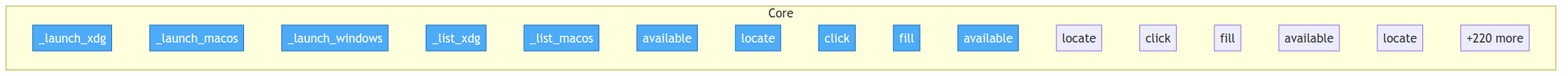
Earlier version of the Mermaid export project/flow.png (if-uri/urirun-connector-kvm). Its source is kept beside it as project/flow.mmd. The source it was exported from:
```mermaid
flowchart TD

    classDef entry fill:#4dabf7,stroke:#1971c2,color:#fff

    subgraph Core
        urirun_connector_kvm__launch_backends___launch_xdg["_launch_xdg"]
        urirun_connector_kvm__launch_backends___launch_macos["_launch_macos"]
        urirun_connector_kvm__launch_backends___launch_windows["_launch_windows"]
        urirun_connector_kvm__launch_backends___list_xdg["_list_xdg"]
        urirun_connector_kvm__launch_backends___list_macos["_list_macos"]
        urirun_connector_kvm__strategies__CdpStrategy__available["available"]
        urirun_connector_kvm__strategies__CdpStrategy__locate["locate"]
        urirun_connector_kvm__strategies__CdpStrategy__click["click"]
        urirun_connector_kvm__strategies__CdpStrategy__fill["fill"]
        urirun_connector_kvm__strategies__AtspiStrategy__available["available"]
        urirun_connector_kvm__strategies__AtspiStrategy__locate["locate"]
        urirun_connector_kvm__strategies__AtspiStrategy__click["click"]
        urirun_connector_kvm__strategies__AtspiStrategy__fill["fill"]
        urirun_connector_kvm__strategies__VisionStrategy__available["available"]
        urirun_connector_kvm__strategies__VisionStrategy__locate["locate"]
        ...["+220 more"]
    end

    class urirun_connector_kvm__launch_backends___launch_xdg,urirun_connector_kvm__launch_backends___launch_macos,urirun_connector_kvm__launch_backends___launch_windows,urirun_connector_kvm__launch_backends___list_xdg,urirun_connector_kvm__launch_backends___list_macos,urirun_connector_kvm__strategies__CdpStrategy__available,urirun_connector_kvm__strategies__CdpStrategy__locate,urirun_connector_kvm__strategies__CdpStrategy__click,urirun_connector_kvm__strategies__CdpStrategy__fill,urirun_connector_kvm__strategies__AtspiStrategy__available entry
```
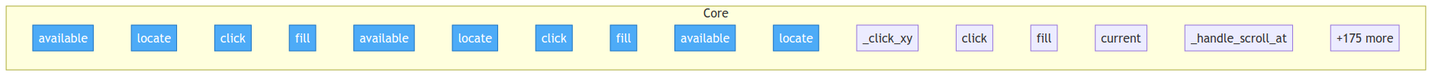
The same diagram one commit later.

What changed in the source:
```diff
@@ -3,11 +3,6 @@
     classDef entry fill:#4dabf7,stroke:#1971c2,color:#fff
 
     subgraph Core
-        urirun_connector_kvm__launch_backends___launch_xdg["_launch_xdg"]
-        urirun_connector_kvm__launch_backends___launch_macos["_launch_macos"]
-        urirun_connector_kvm__launch_backends___launch_windows["_launch_windows"]
-        urirun_connector_kvm__launch_backends___list_xdg["_list_xdg"]
-        urirun_connector_kvm__launch_backends___list_macos["_list_macos"]
         urirun_connector_kvm__strategies__CdpStrategy__available["available"]
         urirun_connector_kvm__strategies__CdpStrategy__locate["locate"]
         urirun_connector_kvm__strategies__CdpStrategy__click["click"]
@@ -18,7 +13,12 @@
         urirun_connector_kvm__strategies__AtspiStrategy__fill["fill"]
         urirun_connector_kvm__strategies__VisionStrategy__available["available"]
         urirun_connector_kvm__strategies__VisionStrategy__locate["locate"]
-        ...["+220 more"]
+        urirun_connector_kvm__strategies__VisionStrategy___click_xy["_click_xy"]
+        urirun_connector_kvm__strategies__VisionStrategy__click["click"]
+        urirun_connector_kvm__strategies__VisionStrategy__fill["fill"]
+        urirun_connector_kvm__surface__current["current"]
+        computer_use_preview__agent__BrowserAgent___handle_scroll_at["_handle_scroll_at"]
+        ...["+175 more"]
     end
 
-    class urirun_connector_kvm__launch_backends___launch_xdg,urirun_connector_kvm__launch_backends___launch_macos,urirun_connector_kvm__launch_backends___launch_windows,urirun_connector_kvm__launch_backends___list_xdg,urirun_connector_kvm__launch_backends___list_macos,urirun_connector_kvm__strategies__CdpStrategy__available,urirun_connector_kvm__strategies__CdpStrategy__locate,urirun_connector_kvm__strategies__CdpStrategy__click,urirun_connector_kvm__strategies__CdpStrategy__fill,urirun_connector_kvm__strategies__AtspiStrategy__available entry
+    class urirun_connector_kvm__strategies__CdpStrategy__available,urirun_connector_kvm__strategies__CdpStrategy__locate,urirun_connector_kvm__strategies__CdpStrategy__click,urirun_connector_kvm__strategies__CdpStrategy__fill,urirun_connector_kvm__strategies__AtspiStrategy__available,urirun_connector_kvm__strategies__AtspiStrategy__locate,urirun_connector_kvm__strategies__AtspiStrategy__click,urirun_connector_kvm__strategies__AtspiStrategy__fill,urirun_connector_kvm__strategies__VisionStrategy__available,urirun_connector_kvm__strategies__VisionStrategy__locate entry
```
